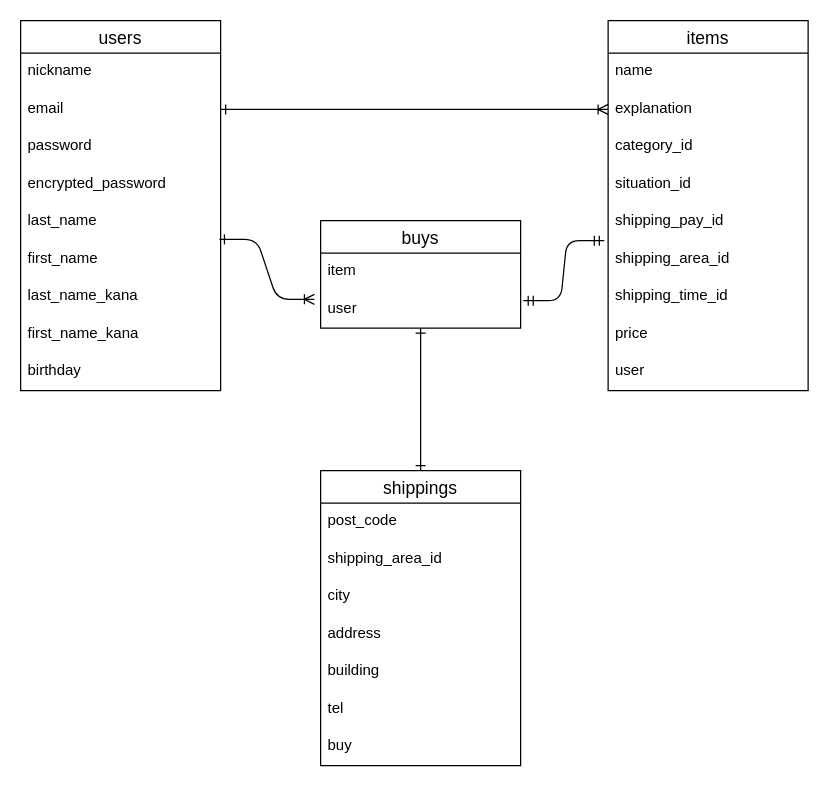
The draw.io diagram dbER.dio in sizuki480/furima-40568, before the edit. Source tidied: cells renumbered, new cells numbered last; positions are measured from the earlier drawing's top-left corner, leaving out a move shared by most shapes. Both pictures are drawn from the tidied source at 125%, with x=0, y=0 at pixel (20, 20).
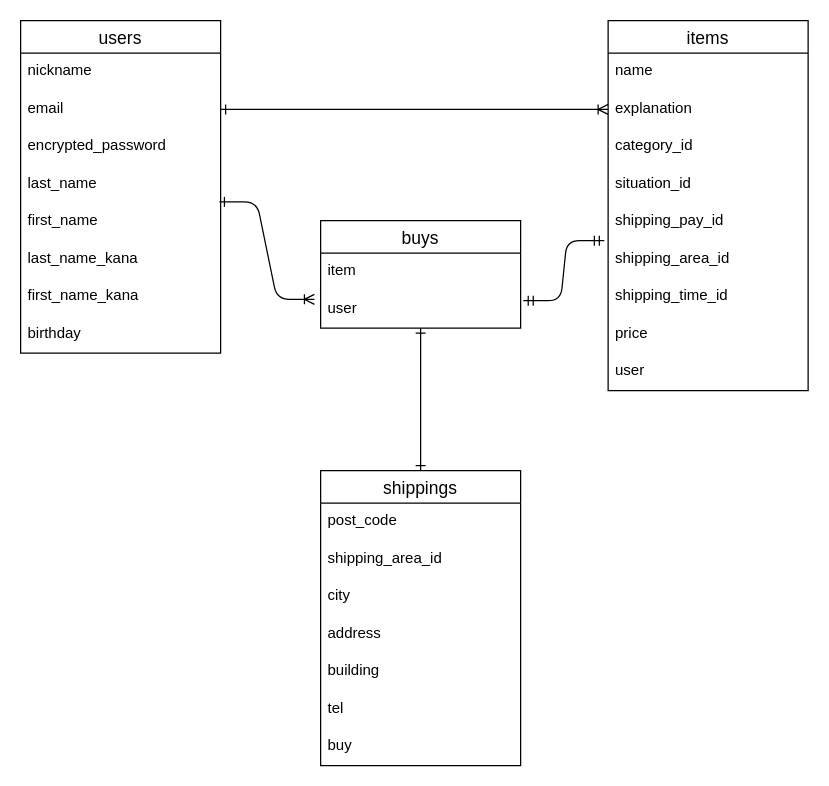
After the change.

Commit message:
データベース設計修正３

What changed in the source:
```diff
@@
     <mxCell id="2" value="users" style="swimlane;fontStyle=0;horizontal=1;startSize=26;align=center;fontSize=14;" parent="1" vertex="1">
-      <mxGeometry width="160" height="296" as="geometry" />
+      <mxGeometry width="160" height="266" as="geometry" />
     </mxCell>
@@
-    <mxCell id="5" value="password" style="text;strokeColor=none;fillColor=none;spacingLeft=4;spacingRight=4;overflow=hidden;fontSize=12;" parent="2" vertex="1">
-      <mxGeometry y="86" width="160" height="30" as="geometry" />
-    </mxCell>
     <mxCell id="6" value="encrypted_password" style="text;strokeColor=none;fillColor=none;spacingLeft=4;spacingRight=4;overflow=hidden;fontSize=12;" parent="2" vertex="1">
-      <mxGeometry y="116" width="160" height="30" as="geometry" />
+      <mxGeometry y="86" width="160" height="30" as="geometry" />
     </mxCell>
     <mxCell id="7" value="last_name" style="text;strokeColor=none;fillColor=none;spacingLeft=4;spacingRight=4;overflow=hidden;points=[[0,0.5],[1,0.5]];portConstraint=eastwest;fontSize=12;" parent="2" vertex="1">
-      <mxGeometry y="146" width="160" height="30" as="geometry" />
+      <mxGeometry y="116" width="160" height="30" as="geometry" />
     </mxCell>
     <mxCell id="8" value="first_name" style="text;strokeColor=none;fillColor=none;spacingLeft=4;spacingRight=4;overflow=hidden;fontSize=12;" parent="2" vertex="1">
-      <mxGeometry y="176" width="160" height="30" as="geometry" />
+      <mxGeometry y="146" width="160" height="30" as="geometry" />
     </mxCell>
     <mxCell id="9" value="last_name_kana" style="text;strokeColor=none;fillColor=none;spacingLeft=4;spacingRight=4;overflow=hidden;fontSize=12;" parent="2" vertex="1">
-      <mxGeometry y="206" width="160" height="30" as="geometry" />
+      <mxGeometry y="176" width="160" height="30" as="geometry" />
     </mxCell>
     <mxCell id="10" value="first_name_kana" style="text;strokeColor=none;fillColor=none;spacingLeft=4;spacingRight=4;overflow=hidden;fontSize=12;" parent="2" vertex="1">
-      <mxGeometry y="236" width="160" height="30" as="geometry" />
+      <mxGeometry y="206" width="160" height="30" as="geometry" />
     </mxCell>
     <mxCell id="11" value="birthday" style="text;strokeColor=none;fillColor=none;spacingLeft=4;spacingRight=4;overflow=hidden;fontSize=12;" parent="2" vertex="1">
-      <mxGeometry y="266" width="160" height="30" as="geometry" />
+      <mxGeometry y="236" width="160" height="30" as="geometry" />
     </mxCell>
```
